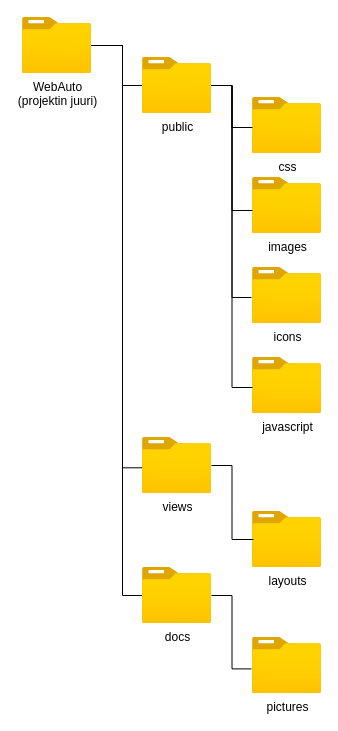
Before: docs/pictures/Untitled Diagram.drawio in Raision-seudun-koulutuskuntayhtyma/WebAuto, a draw.io diagram. Source tidied: cells renumbered, new cells numbered last; positions are measured from the earlier drawing's top-left corner, leaving out a move shared by most shapes. Both pictures are drawn from the tidied source at 100%, with x=0, y=0 at pixel (22, 17).
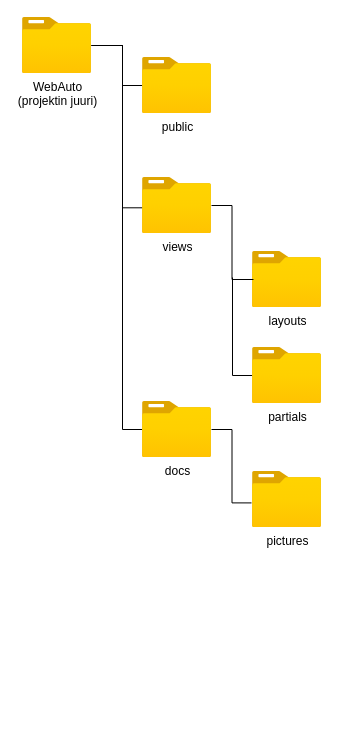
Above is the later version.

Unchanged cells that the change refers to:
```xml
<mxCell id="4" value="WebAuto&lt;div&gt;(projektin juuri)&lt;/div&gt;" style="image;html=1;points=[];align=center;fontSize=12;image=img/lib/azure2/general/Folder_Blank.svg;" parent="1" vertex="1">
  <mxGeometry width="69" height="56" as="geometry" />
</mxCell>
<mxCell id="5" value="public" style="image;html=1;points=[];align=center;fontSize=12;image=img/lib/azure2/general/Folder_Blank.svg;" parent="1" vertex="1">
  <mxGeometry x="120" y="40" width="69" height="56" as="geometry" />
</mxCell>
```

Change to the diagram source:
```diff
@@
     <mxCell id="2" style="edgeStyle=orthogonalEdgeStyle;rounded=0;jettySize=auto;html=1;endArrow=none;endFill=0;" parent="1" edge="1" source="4" target="9">
       <mxGeometry relative="1" as="geometry">
         <Array as="points">
           <mxPoint x="100" y="28" />
-          <mxPoint x="100" y="578" />
+          <mxPoint x="100" y="412" />
         </Array>
       </mxGeometry>
     </mxCell>
@@
     <mxCell id="6" value="views" style="image;html=1;points=[];align=center;fontSize=12;image=img/lib/azure2/general/Folder_Blank.svg;" parent="1" vertex="1">
-      <mxGeometry x="120" y="420" width="69" height="56" as="geometry" />
+      <mxGeometry x="120" y="160" width="69" height="56" as="geometry" />
     </mxCell>
-    <mxCell id="7" value="css" style="image;html=1;points=[];align=center;fontSize=12;image=img/lib/azure2/general/Folder_Blank.svg;" parent="1" vertex="1">
-      <mxGeometry x="230" y="80" width="69" height="56" as="geometry" />
-    </mxCell>
     <mxCell id="8" value="layouts" style="image;html=1;points=[];align=center;fontSize=12;image=img/lib/azure2/general/Folder_Blank.svg;" parent="1" vertex="1">
-      <mxGeometry x="230" y="494" width="69" height="56" as="geometry" />
+      <mxGeometry x="230" y="234" width="69" height="56" as="geometry" />
     </mxCell>
     <mxCell id="9" value="docs" style="image;html=1;points=[];align=center;fontSize=12;image=img/lib/azure2/general/Folder_Blank.svg;" parent="1" vertex="1">
-      <mxGeometry x="120" y="550" width="69" height="56" as="geometry" />
+      <mxGeometry x="120" y="384" width="69" height="56" as="geometry" />
     </mxCell>
     <mxCell id="10" value="pictures" style="image;html=1;points=[];align=center;fontSize=12;image=img/lib/azure2/general/Folder_Blank.svg;" parent="1" vertex="1">
-      <mxGeometry x="230" y="620" width="69" height="56" as="geometry" />
+      <mxGeometry x="230" y="454" width="69" height="56" as="geometry" />
     </mxCell>
-    <mxCell id="11" style="edgeStyle=orthogonalEdgeStyle;shape=connector;rounded=0;jettySize=auto;html=1;entryX=0;entryY=0.536;entryDx=0;entryDy=0;entryPerimeter=0;strokeColor=default;align=center;verticalAlign=middle;fontFamily=Helvetica;fontSize=11;fontColor=default;labelBackgroundColor=default;endArrow=none;endFill=0;" parent="1" edge="1" source="5" target="7">
-      <mxGeometry relative="1" as="geometry" />
-    </mxCell>
@@
-    <mxCell id="13" value="images" style="image;html=1;points=[];align=center;fontSize=12;image=img/lib/azure2/general/Folder_Blank.svg;" parent="1" vertex="1">
-      <mxGeometry x="230" y="160" width="69" height="56" as="geometry" />
-    </mxCell>
-    <mxCell id="14" value="icons" style="image;html=1;points=[];align=center;fontSize=12;image=img/lib/azure2/general/Folder_Blank.svg;" parent="1" vertex="1">
-      <mxGeometry x="230" y="250" width="69" height="56" as="geometry" />
-    </mxCell>
-    <mxCell id="15" value="javascript" style="image;html=1;points=[];align=center;fontSize=12;image=img/lib/azure2/general/Folder_Blank.svg;" parent="1" vertex="1">
-      <mxGeometry x="230" y="340" width="69" height="56" as="geometry" />
-    </mxCell>
-    <mxCell id="16" style="edgeStyle=orthogonalEdgeStyle;shape=connector;rounded=0;jettySize=auto;html=1;entryX=0;entryY=0.589;entryDx=0;entryDy=0;entryPerimeter=0;strokeColor=default;align=center;verticalAlign=middle;fontFamily=Helvetica;fontSize=11;fontColor=default;labelBackgroundColor=default;endArrow=none;endFill=0;" parent="1" edge="1" source="5" target="13">
-      <mxGeometry relative="1" as="geometry" />
-    </mxCell>
-    <mxCell id="17" style="edgeStyle=orthogonalEdgeStyle;shape=connector;rounded=0;jettySize=auto;html=1;entryX=-0.014;entryY=0.536;entryDx=0;entryDy=0;entryPerimeter=0;strokeColor=default;align=center;verticalAlign=middle;fontFamily=Helvetica;fontSize=11;fontColor=default;labelBackgroundColor=default;endArrow=none;endFill=0;" parent="1" edge="1" source="5" target="14">
-      <mxGeometry relative="1" as="geometry" />
-    </mxCell>
-    <mxCell id="18" style="edgeStyle=orthogonalEdgeStyle;shape=connector;rounded=0;jettySize=auto;html=1;entryX=0;entryY=0.536;entryDx=0;entryDy=0;entryPerimeter=0;strokeColor=default;align=center;verticalAlign=middle;fontFamily=Helvetica;fontSize=11;fontColor=default;labelBackgroundColor=default;endArrow=none;endFill=0;" parent="1" edge="1" source="5" target="15">
-      <mxGeometry relative="1" as="geometry" />
-    </mxCell>
     <mxCell id="19" style="edgeStyle=orthogonalEdgeStyle;shape=connector;rounded=0;jettySize=auto;html=1;entryX=-0.006;entryY=0.541;entryDx=0;entryDy=0;entryPerimeter=0;strokeColor=default;align=center;verticalAlign=middle;fontFamily=Helvetica;fontSize=11;fontColor=default;labelBackgroundColor=default;endArrow=none;endFill=0;" parent="1" edge="1" source="4" target="6">
       <mxGeometry relative="1" as="geometry">
         <Array as="points">
           <mxPoint x="100" y="28" />
-          <mxPoint x="100" y="450" />
+          <mxPoint x="100" y="190" />
         </Array>
       </mxGeometry>
     </mxCell>
@@
+    <mxCell id="21" style="edgeStyle=orthogonalEdgeStyle;rounded=0;jettySize=auto;html=1;endArrow=none;endFill=0;" parent="1" edge="1" source="22">
+      <mxGeometry relative="1" as="geometry">
+        <mxPoint x="210" y="260" as="targetPoint" />
+        <Array as="points">
+          <mxPoint x="210" y="358" />
+        </Array>
+      </mxGeometry>
+    </mxCell>
+    <mxCell id="22" value="partials" style="image;html=1;points=[];align=center;fontSize=12;image=img/lib/azure2/general/Folder_Blank.svg;" parent="1" vertex="1">
+      <mxGeometry x="230" y="330" width="69" height="56" as="geometry" />
+    </mxCell>
```
